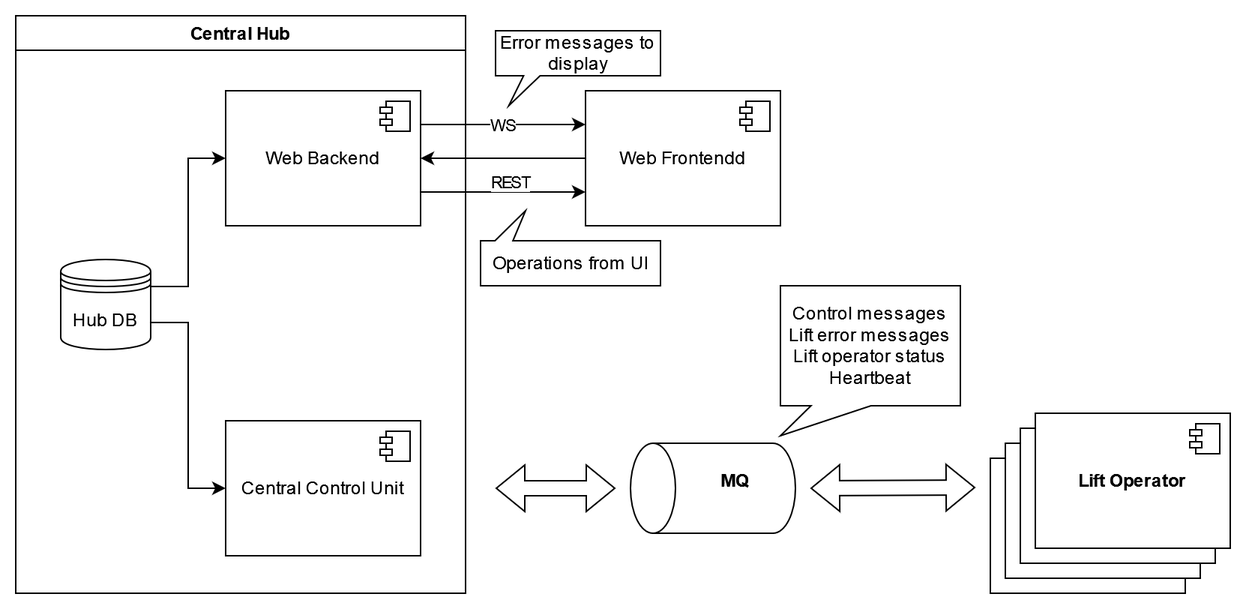
AUT-Hard-Ski-Paradise/.github keeps this draw.io diagram as doc/diagrams/png/ski_paradise_components.png. Above is the earlier version. Source tidied: cells renumbered, new cells last; positions are measured from the earlier drawing's top-left corner, leaving out a move shared by most shapes.
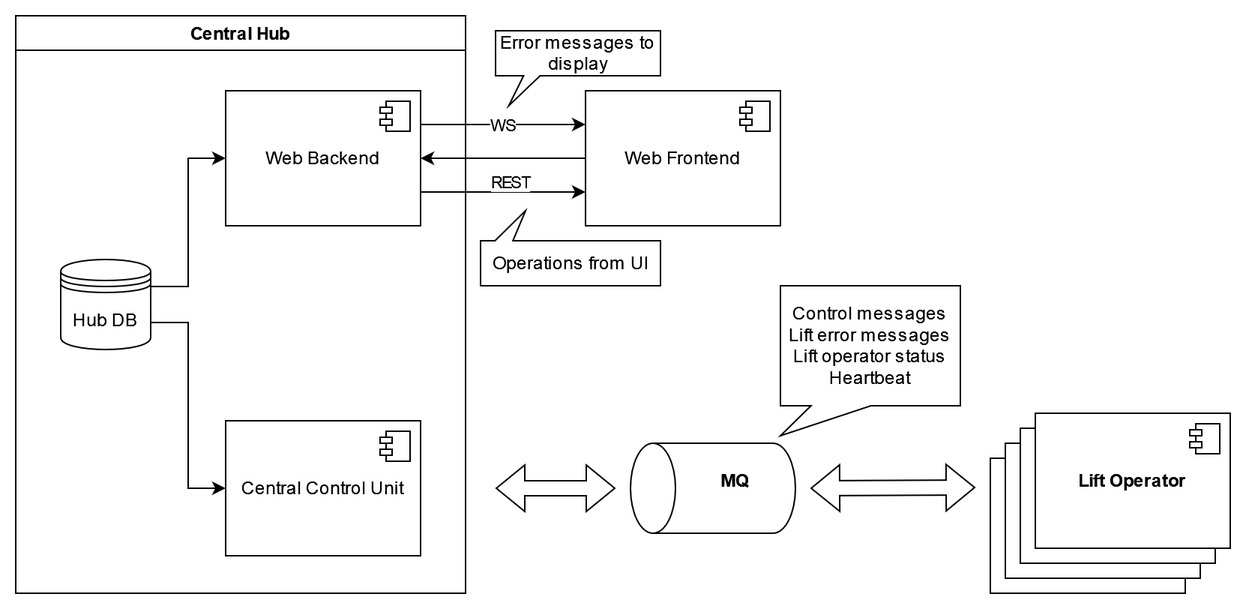
The same diagram one commit later.

What changed in the source:
```diff
@@ -58,7 +58,7 @@
     <mxCell id="15" style="edgeStyle=orthogonalEdgeStyle;rounded=0;jettySize=auto;html=1;exitX=0;exitY=0.5;exitDx=0;exitDy=0;" parent="1" edge="1" source="16" target="19">
       <mxGeometry relative="1" as="geometry" />
     </mxCell>
-    <mxCell id="16" value="Web Frontendd" style="html=1;whiteSpace=wrap;" parent="1" vertex="1">
+    <mxCell id="16" value="Web Frontend" style="html=1;whiteSpace=wrap;" parent="1" vertex="1">
       <mxGeometry x="380" y="50" width="130" height="90" as="geometry" />
     </mxCell>
     <mxCell id="17" style="shape=module;jettyWidth=8;jettyHeight=4;" parent="16" vertex="1">
```
